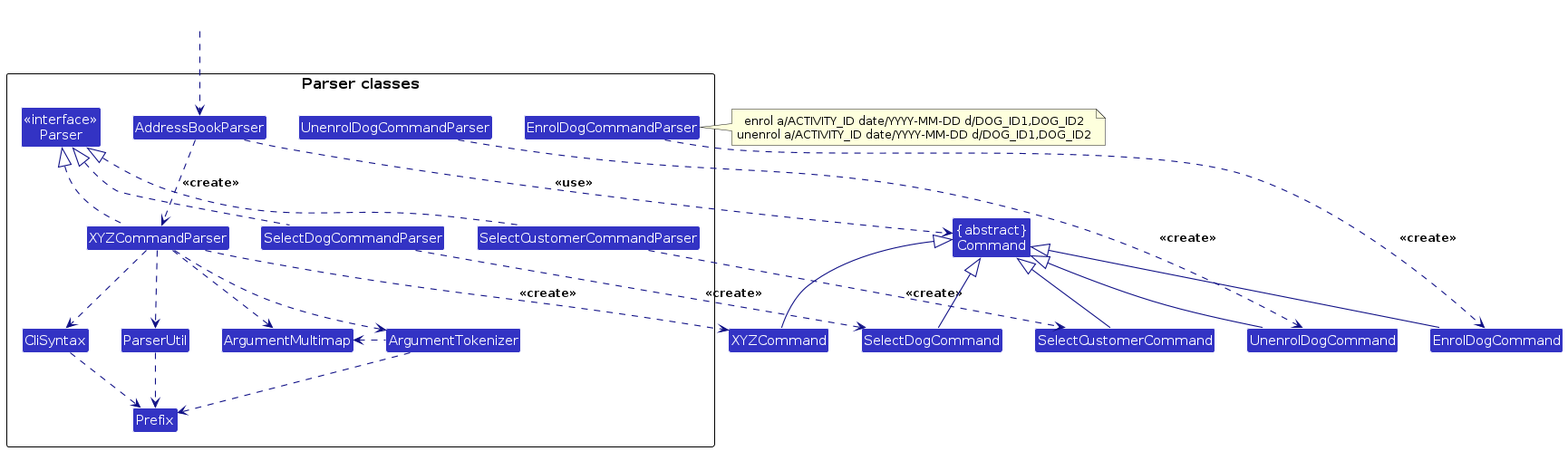
Before: diagrams/ParserClasses.png, a diagram exported from PlantUML (AY2627S1-CS2103T-T15-4/tp). Its source is kept beside it as diagrams/ParserClasses.puml. Source of this version:
```plantuml
@startuml
!include style.puml
skinparam arrowThickness 1.1
skinparam arrowColor LOGIC_COLOR_T4
skinparam classBackgroundColor LOGIC_COLOR

Class "{abstract}\nCommand" as Command
Class XYZCommand

package "Parser classes"{
Class "<<interface>>\nParser" as Parser
Class AddressBookParser
Class XYZCommandParser
Class EnrolDogCommandParser
Class UnenrolDogCommandParser
Class SelectDogCommandParser
Class SelectCustomerCommandParser
Class CliSyntax
Class ParserUtil
Class ArgumentMultimap
Class ArgumentTokenizer
Class Prefix
}

Class HiddenOutside #FFFFFF
HiddenOutside ..> AddressBookParser

AddressBookParser .down.> XYZCommandParser: <<create>>

XYZCommandParser ..> XYZCommand : <<create>>
EnrolDogCommandParser ..> EnrolDogCommand : <<create>>
UnenrolDogCommandParser ..> UnenrolDogCommand : <<create>>
SelectDogCommandParser ..> SelectDogCommand : <<create>>
SelectCustomerCommandParser ..> SelectCustomerCommand : <<create>>
AddressBookParser ..> Command : <<use>>
XYZCommandParser .up.|> Parser
XYZCommandParser ..> ArgumentMultimap
XYZCommandParser ..> ArgumentTokenizer
ArgumentTokenizer .left.> ArgumentMultimap
XYZCommandParser ..> CliSyntax
CliSyntax ..> Prefix
XYZCommandParser ..> ParserUtil
ParserUtil .down.> Prefix
ArgumentTokenizer .down.> Prefix
XYZCommand -up-|> Command
EnrolDogCommand -up-|> Command
UnenrolDogCommand -up-|> Command
SelectDogCommand -up-|> Command
SelectCustomerCommand -up-|> Command
SelectDogCommandParser .up.|> Parser
SelectCustomerCommandParser .up.|> Parser
note right of EnrolDogCommandParser
  enrol a/ACTIVITY_ID date/YYYY-MM-DD d/DOG_ID1,DOG_ID2
  unenrol a/ACTIVITY_ID date/YYYY-MM-DD d/DOG_ID1,DOG_ID2
end note
@enduml
```
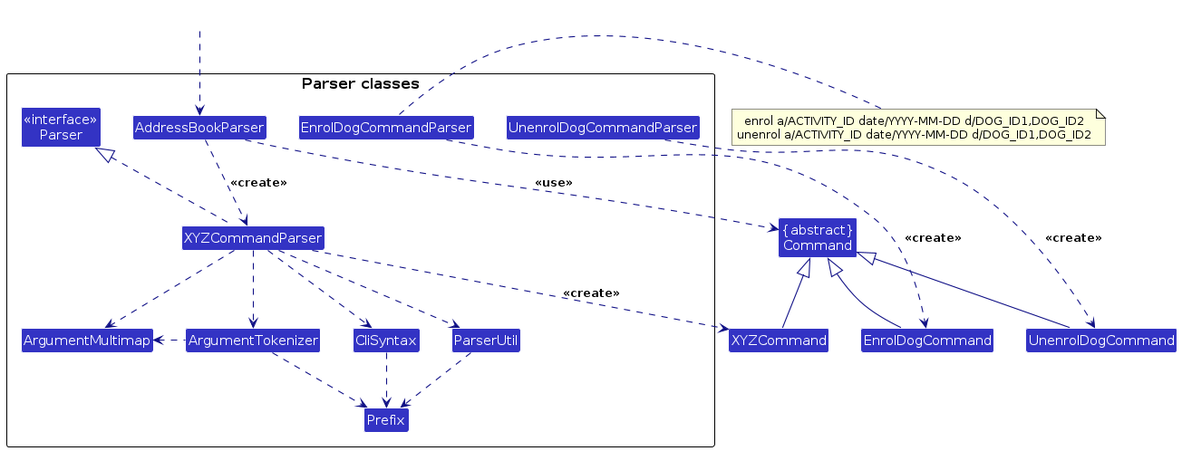
The same diagram one commit later.

Change to the diagram source:
```diff
@@ -13,8 +13,6 @@
 Class XYZCommandParser
 Class EnrolDogCommandParser
 Class UnenrolDogCommandParser
-Class SelectDogCommandParser
-Class SelectCustomerCommandParser
 Class CliSyntax
 Class ParserUtil
 Class ArgumentMultimap
@@ -30,8 +28,6 @@
 XYZCommandParser ..> XYZCommand : <<create>>
 EnrolDogCommandParser ..> EnrolDogCommand : <<create>>
 UnenrolDogCommandParser ..> UnenrolDogCommand : <<create>>
-SelectDogCommandParser ..> SelectDogCommand : <<create>>
-SelectCustomerCommandParser ..> SelectCustomerCommand : <<create>>
 AddressBookParser ..> Command : <<use>>
 XYZCommandParser .up.|> Parser
 XYZCommandParser ..> ArgumentMultimap
@@ -45,10 +41,6 @@
 XYZCommand -up-|> Command
 EnrolDogCommand -up-|> Command
 UnenrolDogCommand -up-|> Command
-SelectDogCommand -up-|> Command
-SelectCustomerCommand -up-|> Command
-SelectDogCommandParser .up.|> Parser
-SelectCustomerCommandParser .up.|> Parser
 note right of EnrolDogCommandParser
   enrol a/ACTIVITY_ID date/YYYY-MM-DD d/DOG_ID1,DOG_ID2
   unenrol a/ACTIVITY_ID date/YYYY-MM-DD d/DOG_ID1,DOG_ID2
```
